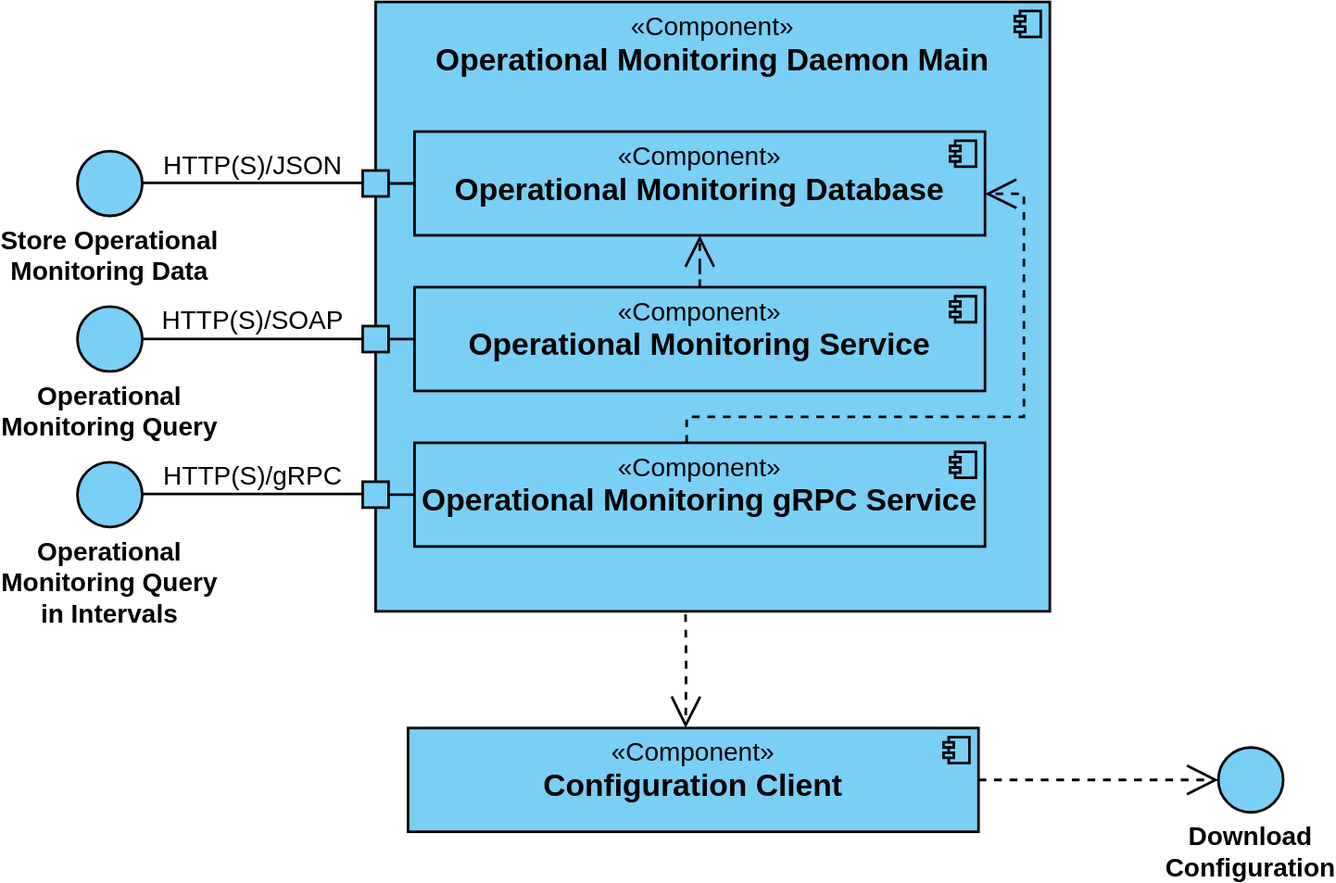
Earlier version of the draw.io export doc/OperationalMonitoring/Architecture/img/x-road_operational_monitoring_daemon_components.svg (nordic-institute/X-Road). Source tidied: cells renumbered, new cells last; positions are measured from the earlier drawing's top-left corner, leaving out a move shared by most shapes.
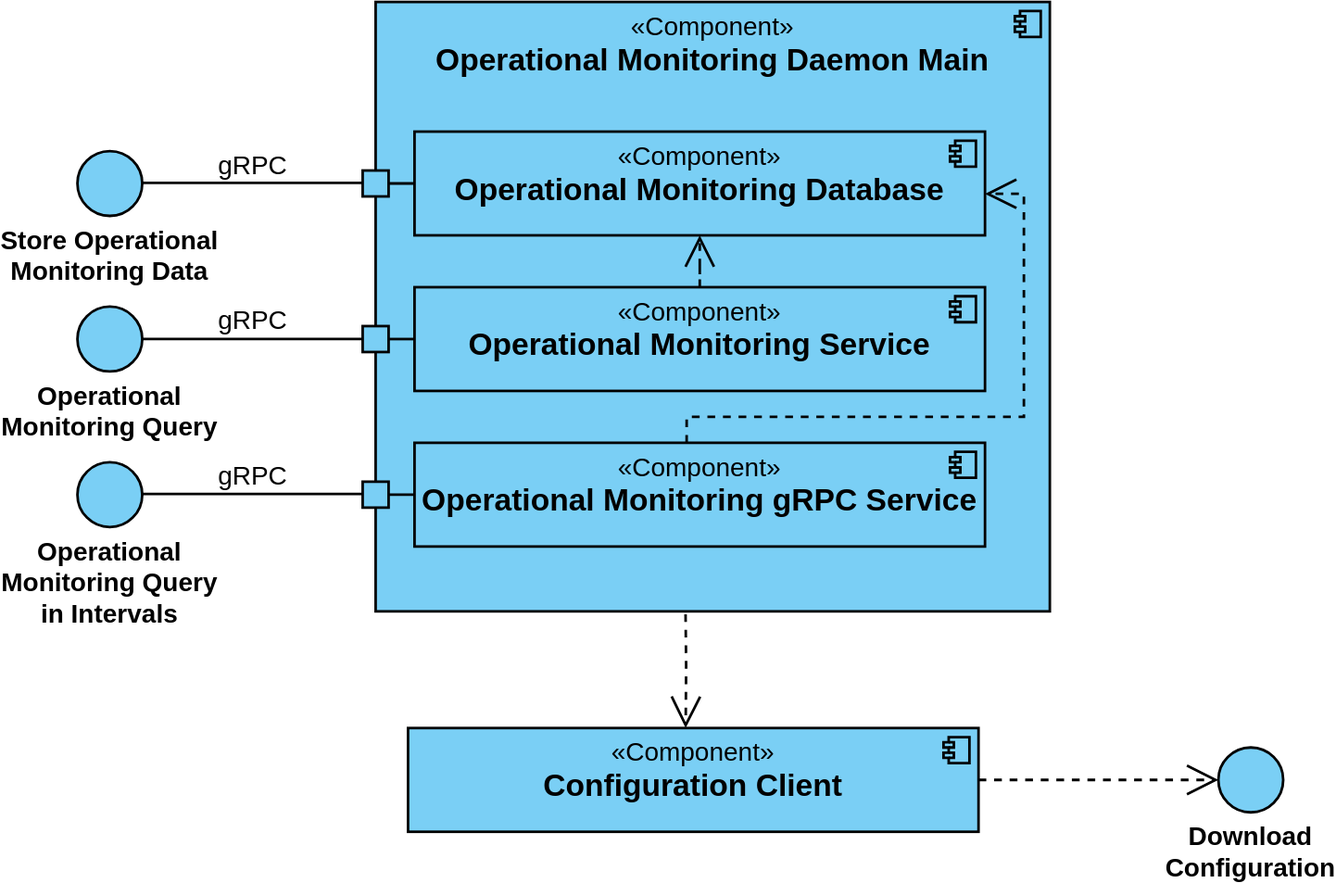
The same diagram one commit later.

What changed in the source:
```diff
@@ -60,13 +60,13 @@
     <mxCell id="17" style="rounded=0;whiteSpace=wrap;html=1;fontFamily=Helvetica;fontSize=11;fontColor=default;strokeWidth=2;fillColor=#7ACFF5;" parent="1" vertex="1">
       <mxGeometry x="220" y="130" width="20" height="20" as="geometry" />
     </mxCell>
-    <mxCell id="18" value="HTTP(S)/SOAP" style="edgeStyle=orthogonalEdgeStyle;rounded=0;jettySize=auto;exitX=0;exitY=0.5;exitDx=0;exitDy=0;endArrow=none;endFill=0;strokeWidth=2;endSize=20;strokeColor=#000000;fillColor=#7ACFF5;labelPosition=center;verticalLabelPosition=top;align=center;verticalAlign=bottom;labelBackgroundColor=default;html=1;fontSize=20;fontStyle=0;entryX=1;entryY=0.5;entryDx=0;entryDy=0;" parent="1" edge="1" source="15" target="14">
+    <mxCell id="18" value="gRPC" style="edgeStyle=orthogonalEdgeStyle;rounded=0;jettySize=auto;exitX=0;exitY=0.5;exitDx=0;exitDy=0;endArrow=none;endFill=0;strokeWidth=2;endSize=20;strokeColor=#000000;fillColor=#7ACFF5;labelPosition=center;verticalLabelPosition=top;align=center;verticalAlign=bottom;labelBackgroundColor=default;html=1;fontSize=20;fontStyle=0;entryX=1;entryY=0.5;entryDx=0;entryDy=0;" parent="1" edge="1" source="15" target="14">
       <mxGeometry relative="1" as="geometry" />
     </mxCell>
     <mxCell id="19" value="&lt;font style=&quot;font-size: 20px;&quot;&gt;&lt;b&gt;Store Operational Monitoring Data&lt;/b&gt;&lt;/font&gt;" style="ellipse;html=1;verticalAlign=top;fillColor=#7ACFF5;strokeWidth=2;labelPosition=center;verticalLabelPosition=bottom;align=center;spacing=2;spacingLeft=0;whiteSpace=wrap;" parent="1" vertex="1">
       <mxGeometry y="115" width="50" height="50" as="geometry" />
     </mxCell>
-    <mxCell id="20" value="HTTP(S)/JSON" style="edgeStyle=orthogonalEdgeStyle;rounded=0;orthogonalLoop=1;jettySize=auto;exitX=0;exitY=0.5;exitDx=0;exitDy=0;endArrow=none;endFill=0;strokeWidth=2;endSize=20;strokeColor=#000000;fillColor=#7ACFF5;labelPosition=center;verticalLabelPosition=top;align=center;verticalAlign=bottom;labelBackgroundColor=default;html=1;fontSize=20;fontStyle=0;entryX=1;entryY=0.5;entryDx=0;entryDy=0;" parent="1" edge="1">
+    <mxCell id="20" value="gRPC" style="edgeStyle=orthogonalEdgeStyle;rounded=0;orthogonalLoop=1;jettySize=auto;exitX=0;exitY=0.5;exitDx=0;exitDy=0;endArrow=none;endFill=0;strokeWidth=2;endSize=20;strokeColor=#000000;fillColor=#7ACFF5;labelPosition=center;verticalLabelPosition=top;align=center;verticalAlign=bottom;labelBackgroundColor=default;html=1;fontSize=20;fontStyle=0;entryX=1;entryY=0.5;entryDx=0;entryDy=0;" parent="1" edge="1">
       <mxGeometry relative="1" as="geometry">
         <mxPoint x="220" y="139.5" as="sourcePoint" />
         <mxPoint x="50" y="139.5" as="targetPoint" />
@@ -104,7 +104,7 @@
     <mxCell id="27" value="&lt;font style=&quot;font-size: 20px;&quot;&gt;&lt;b&gt;Operational Monitoring Query in Intervals&lt;/b&gt;&lt;/font&gt;" style="ellipse;whiteSpace=wrap;html=1;verticalAlign=top;fillColor=#7ACFF5;strokeWidth=2;labelPosition=center;verticalLabelPosition=bottom;align=center;" parent="1" vertex="1">
       <mxGeometry y="355" width="50" height="50" as="geometry" />
     </mxCell>
-    <mxCell id="28" value="HTTP(S)/gRPC" style="edgeStyle=orthogonalEdgeStyle;rounded=0;orthogonalLoop=1;jettySize=auto;exitX=0;exitY=0.5;exitDx=0;exitDy=0;endArrow=none;endFill=0;strokeWidth=2;endSize=20;strokeColor=#000000;fillColor=#7ACFF5;labelPosition=center;verticalLabelPosition=top;align=center;verticalAlign=bottom;labelBackgroundColor=default;html=1;fontSize=20;fontStyle=0;entryX=1;entryY=0.5;entryDx=0;entryDy=0;" parent="1" edge="1">
+    <mxCell id="28" value="gRPC" style="edgeStyle=orthogonalEdgeStyle;rounded=0;orthogonalLoop=1;jettySize=auto;exitX=0;exitY=0.5;exitDx=0;exitDy=0;endArrow=none;endFill=0;strokeWidth=2;endSize=20;strokeColor=#000000;fillColor=#7ACFF5;labelPosition=center;verticalLabelPosition=top;align=center;verticalAlign=bottom;labelBackgroundColor=default;html=1;fontSize=20;fontStyle=0;entryX=1;entryY=0.5;entryDx=0;entryDy=0;" parent="1" edge="1">
       <mxGeometry relative="1" as="geometry">
         <mxPoint x="220" y="379.5" as="sourcePoint" />
         <mxPoint x="50" y="379.5" as="targetPoint" />
```
